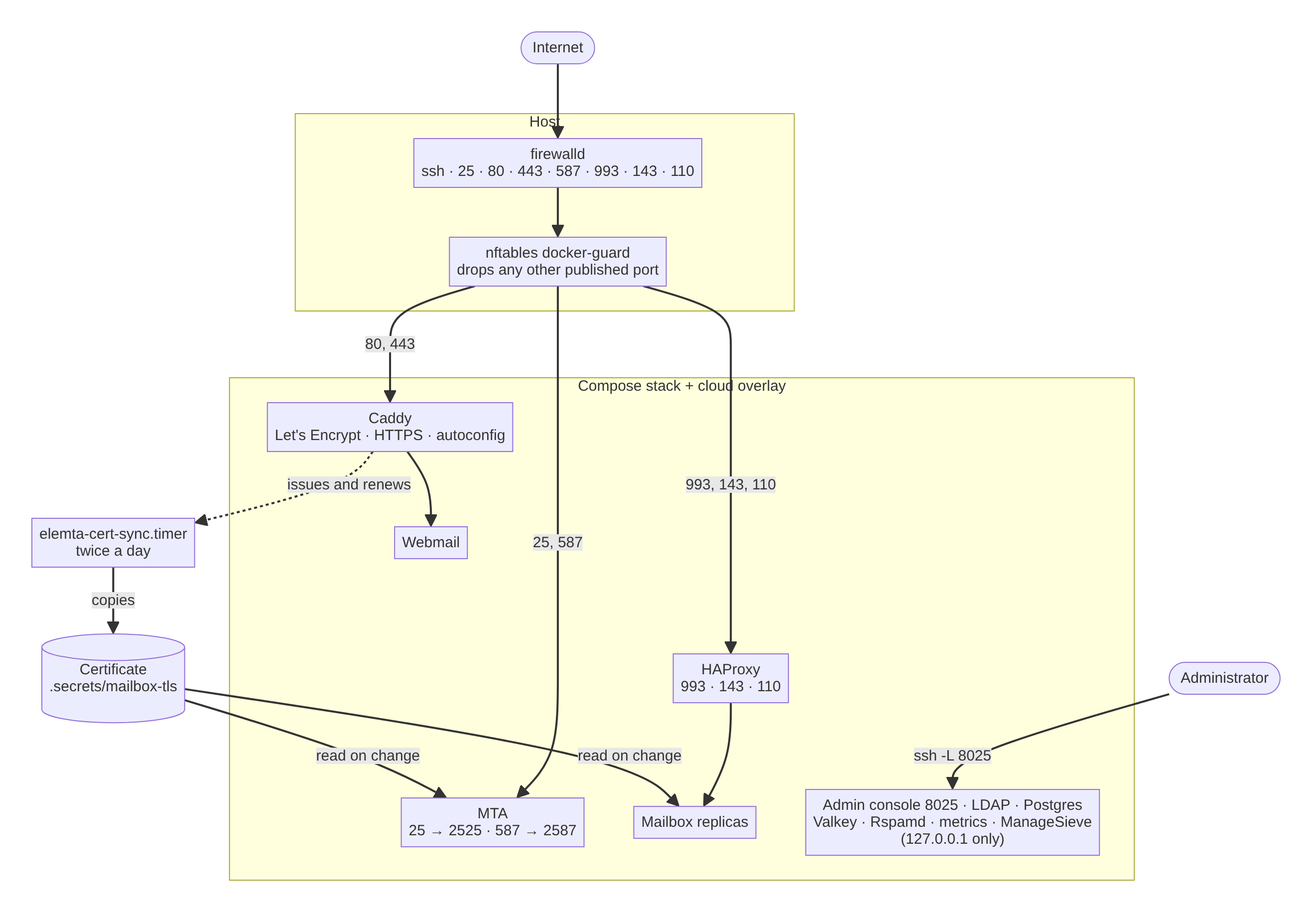
Before: docs/diagrams/cloud.png, a diagram exported from Mermaid (EvalAlan/elemta). Its source is kept beside it as docs/diagrams/cloud.mmd. Its diagram source:
```mermaid
flowchart TB
    internet(["Internet"])

    subgraph hostfw["Host"]
        fw["firewalld<br/>ssh · 25 · 80 · 443 · 587 · 993 · 143 · 110"]
        guard["nftables docker-guard<br/>drops any other published port"]
    end

    subgraph stack["Compose stack + cloud overlay"]
        caddy["Caddy<br/>Let's Encrypt · HTTPS · autoconfig"]
        node0["MTA<br/>25 → 2525 · 587 → 2587"]
        haproxy["HAProxy<br/>993 · 143 · 110"]
        webmail["Webmail"]
        mailbox["Mailbox replicas"]
        private["Admin console 8025 · LDAP · Postgres<br/>Valkey · Rspamd · metrics · ManageSieve<br/>(127.0.0.1 only)"]
    end

    certs[("Certificate<br/>.secrets/mailbox-tls")]
    timer["elemta-cert-sync.timer<br/>twice a day"]

    internet --> fw --> guard
    guard -->|"80, 443"| caddy
    guard -->|"25, 587"| node0
    guard -->|"993, 143, 110"| haproxy
    caddy --> webmail
    haproxy --> mailbox
    caddy -. "issues and renews" .-> timer
    timer -->|"copies"| certs
    certs -->|"read on change"| node0 & mailbox
    admin(["Administrator"]) -->|"ssh -L 8025"| private
```
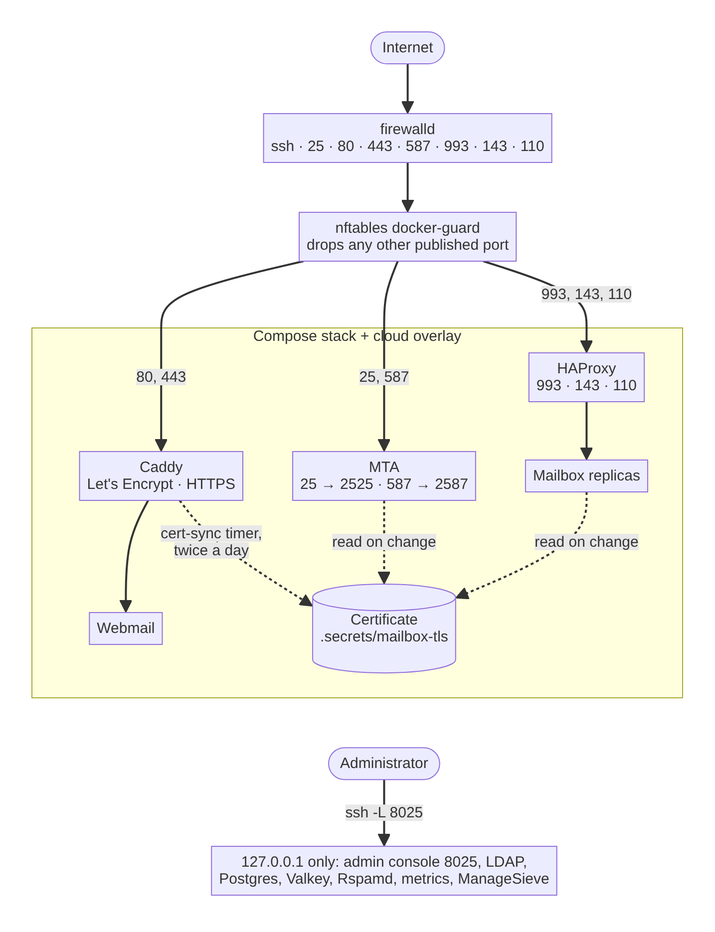
The same diagram one commit later.

Change to the diagram source:
```diff
@@ -1,30 +1,27 @@
 flowchart TB
     internet(["Internet"])
-
-    subgraph hostfw["Host"]
-        fw["firewalld<br/>ssh · 25 · 80 · 443 · 587 · 993 · 143 · 110"]
-        guard["nftables docker-guard<br/>drops any other published port"]
-    end
+    fw["firewalld<br/>ssh · 25 · 80 · 443 · 587 · 993 · 143 · 110"]
+    guard["nftables docker-guard<br/>drops any other published port"]
+    internet --> fw --> guard
 
     subgraph stack["Compose stack + cloud overlay"]
-        caddy["Caddy<br/>Let's Encrypt · HTTPS · autoconfig"]
+        direction TB
+        caddy["Caddy<br/>Let's Encrypt · HTTPS"]
         node0["MTA<br/>25 → 2525 · 587 → 2587"]
         haproxy["HAProxy<br/>993 · 143 · 110"]
         webmail["Webmail"]
         mailbox["Mailbox replicas"]
-        private["Admin console 8025 · LDAP · Postgres<br/>Valkey · Rspamd · metrics · ManageSieve<br/>(127.0.0.1 only)"]
+        tls[("Certificate<br/>.secrets/mailbox-tls")]
     end
 
-    certs[("Certificate<br/>.secrets/mailbox-tls")]
-    timer["elemta-cert-sync.timer<br/>twice a day"]
-
-    internet --> fw --> guard
     guard -->|"80, 443"| caddy
     guard -->|"25, 587"| node0
     guard -->|"993, 143, 110"| haproxy
     caddy --> webmail
     haproxy --> mailbox
-    caddy -. "issues and renews" .-> timer
-    timer -->|"copies"| certs
-    certs -->|"read on change"| node0 & mailbox
+    caddy -.->|"cert-sync timer,<br/>twice a day"| tls
+    node0 & mailbox -.->|"read on change"| tls
+
+    private["127.0.0.1 only: admin console 8025, LDAP,<br/>Postgres, Valkey, Rspamd, metrics, ManageSieve"]
     admin(["Administrator"]) -->|"ssh -L 8025"| private
+    tls ~~~ admin
```
